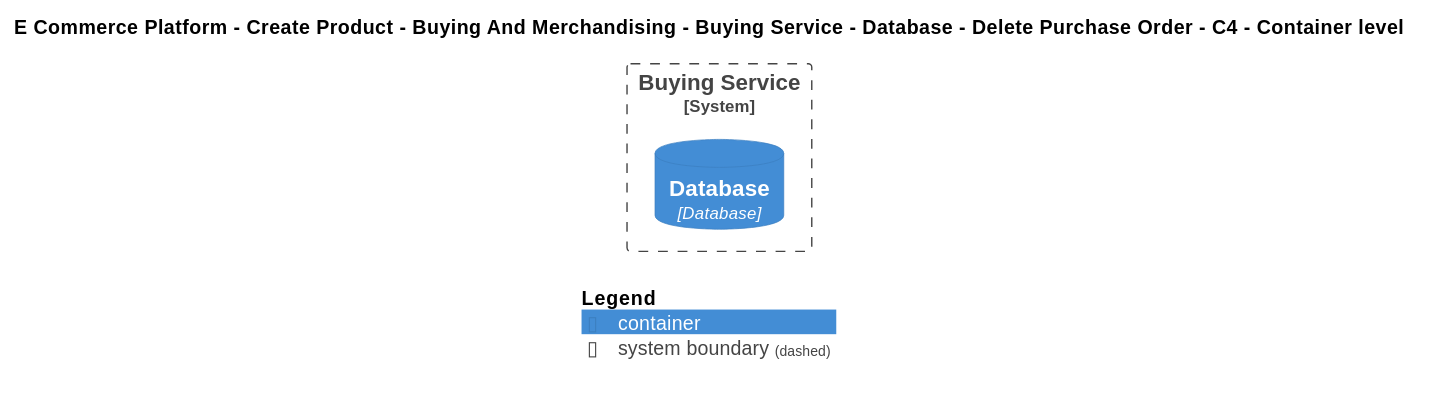
Before: Samples/E-Commerce Platform/Yaml/Diagrams/E Commerce Platform/Create Product/Buying And Merchandising/Software Systems/Buying Service/Containers/Database/Interfaces/Delete Purchase Order/Container - C4.svg, a diagram exported from PlantUML (mnadenysenko/C4InterFlow).
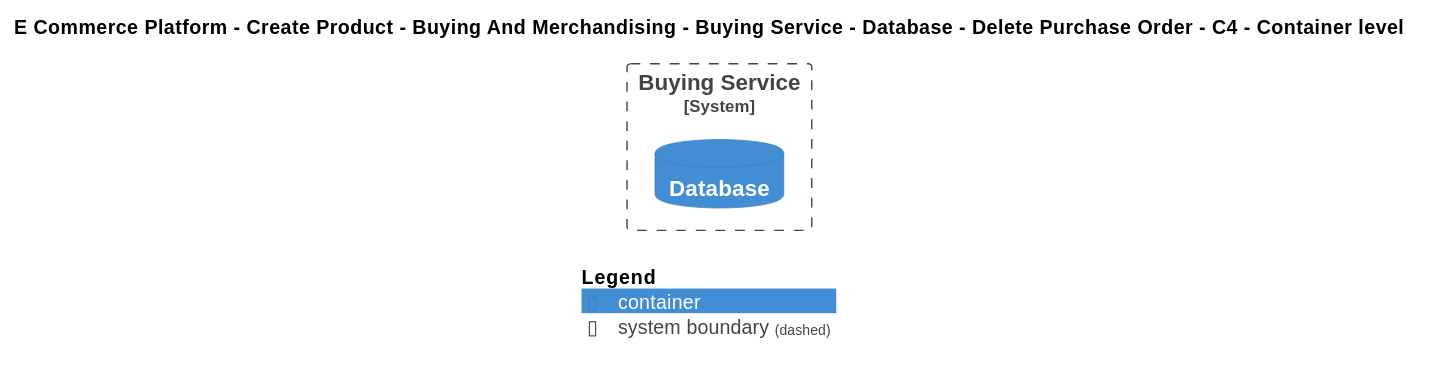
The same diagram one commit later.

What changed in the source:
```diff
@@ -18,7 +18,7 @@
 
 
 System_Boundary(ECommercePlatform.CreateProduct.BuyingAndMerchandising.SoftwareSystems.BuyingService, "Buying Service") {
-    ContainerDb(ECommercePlatform.CreateProduct.BuyingAndMerchandising.SoftwareSystems.BuyingService.Containers.Database, "Database", "Database", "")
+    ContainerDb(ECommercePlatform.CreateProduct.BuyingAndMerchandising.SoftwareSystems.BuyingService.Containers.Database, "Database", "", "")
 }
 
 
```
